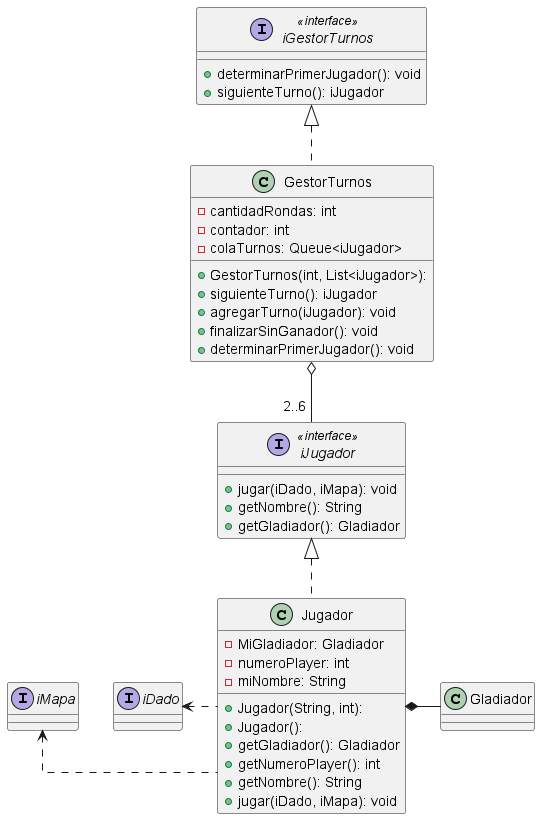
Above: diagrams/clases/DiagramasParaInforme/DiagramaGestorTurnosChiquito.png in mcumskov/Algo3_tp2 (PlantUML), before the change. The source it was exported from:
```plantuml
@startuml
skinparam linetype ortho

    class GestorTurnos {
      + GestorTurnos(int, List<iJugador>):
      - cantidadRondas: int
      - contador: int
      - colaTurnos: Queue<iJugador>
      + siguienteTurno(): iJugador
      + agregarTurno(iJugador): void
      + finalizarSinGanador(): void
      + determinarPrimerJugador(): void
    }

    interface iGestorTurnos << interface >> {
      + determinarPrimerJugador(): void
      + siguienteTurno(): iJugador
    }


    interface iJugador << interface >> {
      + jugar(iDado, iMapa): void
      + getNombre(): String
      + getGladiador(): Gladiador
    }

    class Jugador {
      + Jugador(String, int):
      + Jugador():
      - MiGladiador: Gladiador
      - numeroPlayer: int
      - miNombre: String
      + getGladiador(): Gladiador
      + getNumeroPlayer(): int
      + getNombre(): String
      + jugar(iDado, iMapa): void
    }

    GestorTurnos o-- "2..6 " iJugador
    iJugador <|-. Jugador

    interface iMapa
    interface iGestorTurnos
    interface iDado

    iMapa <. Jugador
    iDado <. Jugador
    iGestorTurnos <|.- GestorTurnos
    Jugador *- Gladiador

@enduml
```
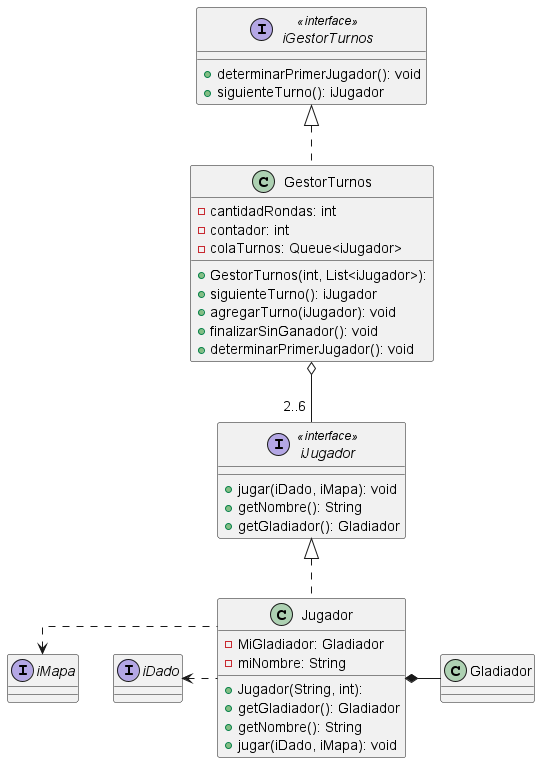
The same diagram one commit later.

Commit message:
refactor jugador, edit a diagramas interfaz

Diff of the diagram source:
```diff
@@ -26,12 +26,9 @@
 
     class Jugador {
       + Jugador(String, int):
-      + Jugador():
       - MiGladiador: Gladiador
-      - numeroPlayer: int
       - miNombre: String
       + getGladiador(): Gladiador
-      + getNumeroPlayer(): int
       + getNombre(): String
       + jugar(iDado, iMapa): void
     }
```
